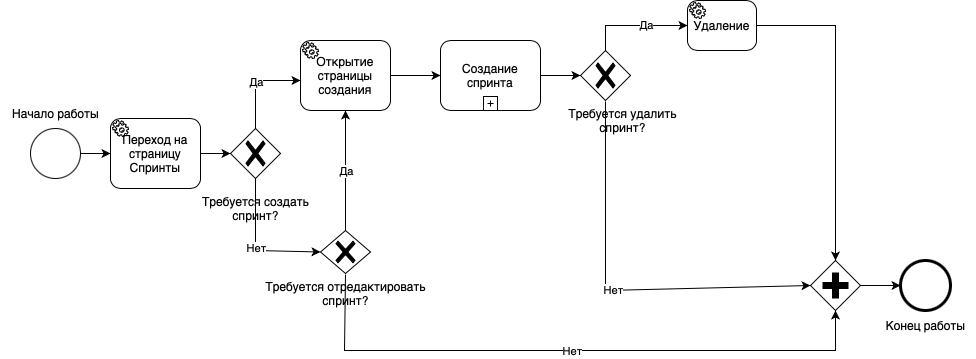
DibrovDru/Architecture.1 keeps this draw.io diagram as images/WorkSprintpng.png. Above is the earlier version. Source tidied: cells renumbered, new cells last; positions are measured from the earlier drawing's top-left corner, leaving out a move shared by most shapes.
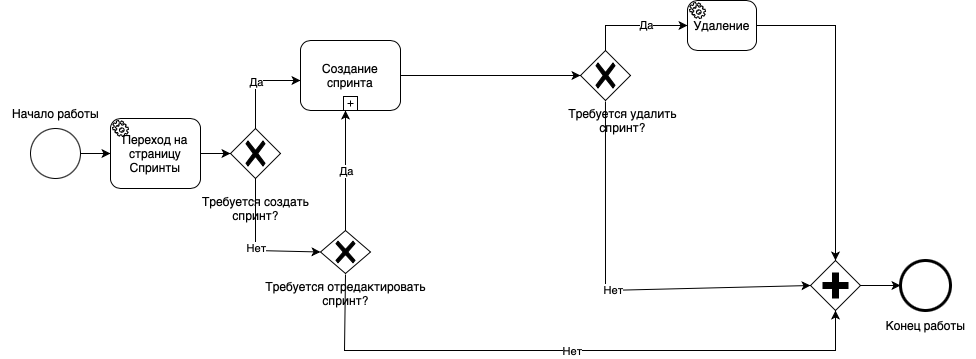
The same file after the commit.

Change to the diagram source:
```diff
@@ -52,8 +52,10 @@
     <mxCell id="14" value="Требуется отредактировать&lt;br&gt;спринт?" style="text;html=1;align=center;verticalAlign=middle;points=[];strokeColor=none;fillColor=none;" parent="1" vertex="1">
       <mxGeometry x="255" y="273" width="180" height="40" as="geometry" />
     </mxCell>
-    <mxCell id="15" style="endArrow=classic;html=1;rounded=0;exitX=0.5;exitY=0;exitDx=0;exitDy=0;exitPerimeter=0;entryX=0.5;entryY=1;entryDx=0;entryDy=0;entryPerimeter=0;" parent="1" edge="1" source="13" target="19">
-      <mxGeometry relative="1" as="geometry" />
+    <mxCell id="15" style="endArrow=classic;html=1;rounded=0;exitX=0.5;exitY=0;exitDx=0;exitDy=0;exitPerimeter=0;entryX=0.5;entryY=1;entryDx=0;entryDy=0;entryPerimeter=0;" parent="1" edge="1" source="13">
+      <mxGeometry relative="1" as="geometry">
+        <mxPoint x="345" y="110" as="targetPoint" />
+      </mxGeometry>
     </mxCell>
     <mxCell id="16" value="Да" style="edgeLabel;html=1;align=center;verticalAlign=middle;" parent="15" vertex="1">
       <mxGeometry relative="1" as="geometry" />
@@ -69,15 +71,9 @@
     <mxCell id="18" value="Нет" style="edgeLabel;html=1;align=center;verticalAlign=middle;" parent="17" vertex="1">
       <mxGeometry relative="1" as="geometry" />
     </mxCell>
-    <mxCell id="19" value="Открытие страницы создания" style="points=[[0.25,0,0],[0.5,0,0],[0.75,0,0],[1,0.25,0],[1,0.5,0],[1,0.75,0],[0.75,1,0],[0.5,1,0],[0.25,1,0],[0,0.75,0],[0,0.5,0],[0,0.25,0]];shape=mxgraph.bpmn.task;whiteSpace=wrap;rectStyle=rounded;size=10;html=1;taskMarker=service;" parent="1" vertex="1">
-      <mxGeometry x="300" y="40" width="90" height="70" as="geometry" />
-    </mxCell>
     <mxCell id="20" value="Создание спринта" style="points=[[0.25,0,0],[0.5,0,0],[0.75,0,0],[1,0.25,0],[1,0.5,0],[1,0.75,0],[0.75,1,0],[0.5,1,0],[0.25,1,0],[0,0.75,0],[0,0.5,0],[0,0.25,0]];shape=mxgraph.bpmn.task;whiteSpace=wrap;rectStyle=rounded;size=10;html=1;taskMarker=abstract;isLoopSub=1;" parent="1" vertex="1">
-      <mxGeometry x="440" y="40" width="100" height="70" as="geometry" />
+      <mxGeometry x="300" y="40" width="100" height="70" as="geometry" />
     </mxCell>
-    <mxCell id="21" style="endArrow=classic;html=1;rounded=0;exitX=1;exitY=0.5;exitDx=0;exitDy=0;exitPerimeter=0;entryX=0;entryY=0.5;entryDx=0;entryDy=0;entryPerimeter=0;" parent="1" edge="1" source="19" target="20">
-      <mxGeometry relative="1" as="geometry" />
-    </mxCell>
     <mxCell id="22" style="endArrow=classic;html=1;rounded=0;exitX=1;exitY=0.5;exitDx=0;exitDy=0;exitPerimeter=0;" parent="1" edge="1" source="20">
       <mxGeometry relative="1" as="geometry">
         <mxPoint x="580" y="75" as="targetPoint" />
```
